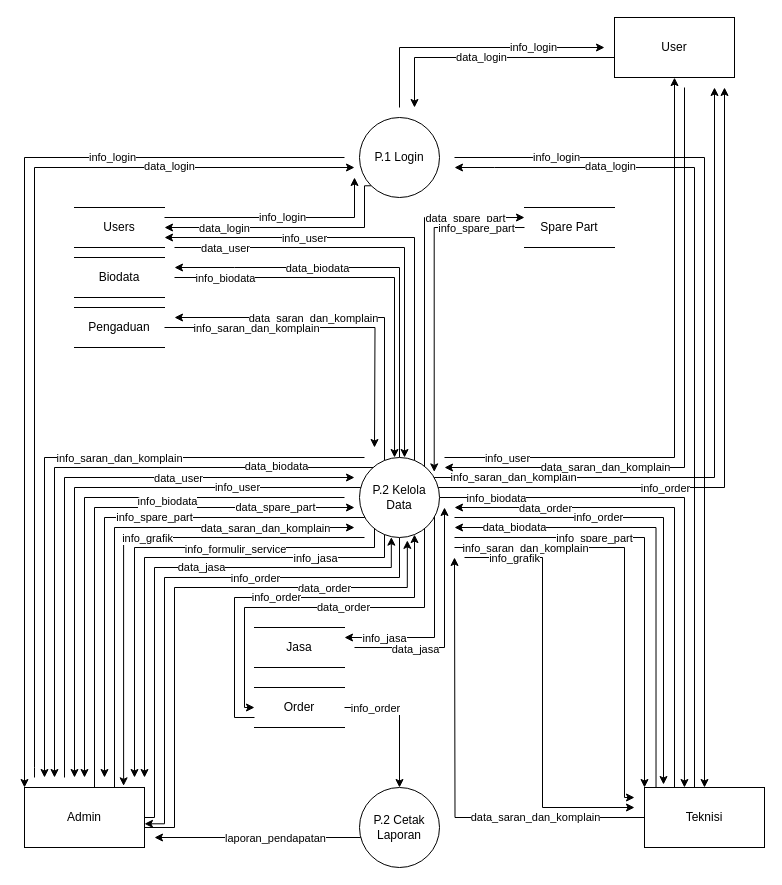
This is Data Flow Diagram Level 0.drawio from Naveigell/ta2, a draw.io file, before an edit. Source tidied: cells renumbered, new cells numbered last; positions are measured from the earlier drawing's top-left corner, leaving out a move shared by most shapes. Both pictures are drawn from the tidied source at 100%, with x=0, y=0 at pixel (24, 17).
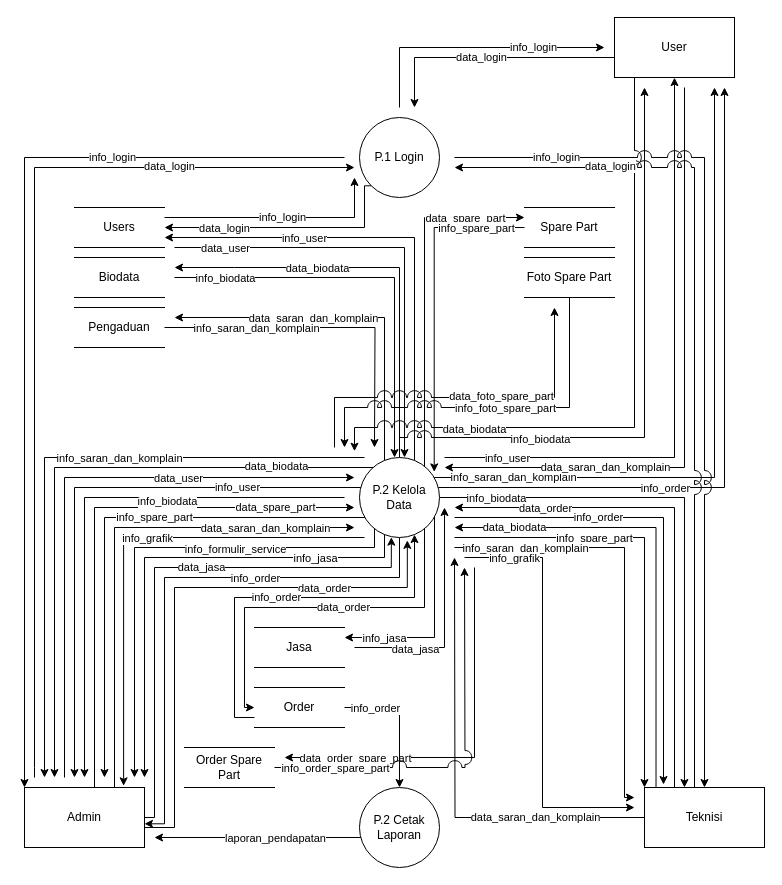
After the change.

Unchanged cells that the change refers to:
```xml
<mxCell id="72" value="P.2 Kelola Data" style="ellipse;whiteSpace=wrap;html=1;" parent="1" vertex="1">
  <mxGeometry x="335" y="440" width="80" height="80" as="geometry" />
</mxCell>
<mxCell id="82" value="Teknisi" style="rounded=0;whiteSpace=wrap;html=1;" parent="1" vertex="1">
  <mxGeometry x="620" y="770" width="120" height="60" as="geometry" />
</mxCell>
<mxCell id="87" value="User" style="rounded=0;whiteSpace=wrap;html=1;" parent="1" vertex="1">
  <mxGeometry x="590" width="120" height="60" as="geometry" />
</mxCell>
```

Change to the diagram source:
```diff
@@
+    <mxCell id="110" style="edgeStyle=orthogonalEdgeStyle;rounded=0;jumpStyle=arc;jumpSize=14;jettySize=auto;html=1;" parent="1" edge="1" source="72">
+      <mxGeometry relative="1" as="geometry">
+        <mxPoint x="620" y="70" as="targetPoint" />
+        <Array as="points">
+          <mxPoint x="375" y="420" />
+          <mxPoint x="620" y="420" />
+          <mxPoint x="620" y="70" />
+        </Array>
+      </mxGeometry>
+    </mxCell>
+    <mxCell id="111" value="info_biodata" style="edgeLabel;html=1;align=center;verticalAlign=middle;" parent="110" vertex="1">
+      <mxGeometry x="-0.48" y="-1" relative="1" as="geometry" />
+    </mxCell>
+    <mxCell id="112" style="edgeStyle=orthogonalEdgeStyle;rounded=0;jumpStyle=arc;jumpSize=14;orthogonalLoop=1;jettySize=auto;html=1;" parent="1" edge="1">
+      <mxGeometry relative="1" as="geometry">
+        <mxPoint x="310" y="430" as="sourcePoint" />
+        <mxPoint x="530" y="290" as="targetPoint" />
+        <Array as="points">
+          <mxPoint x="310" y="380" />
+          <mxPoint x="530" y="380" />
+        </Array>
+      </mxGeometry>
+    </mxCell>
+    <mxCell id="113" value="data_foto_spare_part" style="edgeLabel;html=1;align=center;verticalAlign=middle;" parent="112" vertex="1">
+      <mxGeometry x="0.2" y="2" relative="1" as="geometry" />
+    </mxCell>
+    <mxCell id="114" style="edgeStyle=orthogonalEdgeStyle;rounded=0;jumpStyle=arc;jumpSize=14;orthogonalLoop=1;jettySize=auto;html=1;" parent="1" edge="1">
+      <mxGeometry relative="1" as="geometry">
+        <mxPoint x="450" y="550" as="sourcePoint" />
+        <mxPoint x="260" y="740" as="targetPoint" />
+        <Array as="points">
+          <mxPoint x="450" y="740" />
+        </Array>
+      </mxGeometry>
+    </mxCell>
+    <mxCell id="115" value="data_order_spare_part" style="edgeLabel;html=1;align=center;verticalAlign=middle;" parent="114" vertex="1">
+      <mxGeometry x="0.85" relative="1" as="geometry">
+        <mxPoint x="42" as="offset" />
+      </mxGeometry>
+    </mxCell>
@@
-    <mxCell id="76" style="edgeStyle=orthogonalEdgeStyle;rounded=0;jettySize=auto;html=1;" parent="1" edge="1" target="82">
+    <mxCell id="76" style="edgeStyle=orthogonalEdgeStyle;rounded=0;jettySize=auto;html=1;jumpStyle=arc;jumpSize=14;" parent="1" edge="1" target="82">
       <mxGeometry relative="1" as="geometry">
         <mxPoint x="430" y="140" as="sourcePoint" />
         <Array as="points">
           <mxPoint x="680" y="140" />
         </Array>
       </mxGeometry>
     </mxCell>
@@
+    <mxCell id="116" style="edgeStyle=orthogonalEdgeStyle;rounded=0;jumpStyle=arc;jumpSize=14;jettySize=auto;html=1;" parent="1" edge="1" source="87">
+      <mxGeometry relative="1" as="geometry">
+        <mxPoint x="330" y="433.7" as="targetPoint" />
+        <Array as="points">
+          <mxPoint x="610" y="410" />
+          <mxPoint x="330" y="410" />
+        </Array>
+      </mxGeometry>
+    </mxCell>
+    <mxCell id="117" value="data_biodata" style="edgeLabel;html=1;align=center;verticalAlign=middle;" parent="116" vertex="1">
+      <mxGeometry x="0.64" y="1" relative="1" as="geometry">
+        <mxPoint x="25" as="offset" />
+      </mxGeometry>
+    </mxCell>
@@
-    <mxCell id="95" style="edgeStyle=orthogonalEdgeStyle;rounded=0;orthogonalLoop=1;jettySize=auto;html=1;" parent="1" edge="1">
+    <mxCell id="95" style="edgeStyle=orthogonalEdgeStyle;rounded=0;orthogonalLoop=1;jettySize=auto;html=1;jumpStyle=arc;jumpSize=14;" parent="1" edge="1">
       <mxGeometry relative="1" as="geometry">
         <mxPoint x="670" y="770" as="sourcePoint" />
         <mxPoint x="430" y="150" as="targetPoint" />
         <Array as="points">
           <mxPoint x="670" y="150" />
           <mxPoint x="470" y="150" />
         </Array>
       </mxGeometry>
     </mxCell>
@@
+    <mxCell id="118" style="edgeStyle=orthogonalEdgeStyle;rounded=0;jumpStyle=arc;jumpSize=14;jettySize=auto;html=1;" parent="1" edge="1" source="120">
+      <mxGeometry relative="1" as="geometry">
+        <mxPoint x="320" y="430" as="targetPoint" />
+        <Array as="points">
+          <mxPoint x="545" y="390" />
+          <mxPoint x="320" y="390" />
+        </Array>
+      </mxGeometry>
+    </mxCell>
+    <mxCell id="119" value="info_foto_spare_part" style="edgeLabel;html=1;align=center;verticalAlign=middle;" parent="118" vertex="1">
+      <mxGeometry relative="1" as="geometry">
+        <mxPoint x="13" as="offset" />
+      </mxGeometry>
+    </mxCell>
+    <mxCell id="120" value="Foto Spare Part" style="shape=partialRectangle;whiteSpace=wrap;html=1;left=0;right=0;fillColor=none;" parent="1" vertex="1">
+      <mxGeometry x="500" y="240" width="90" height="40" as="geometry" />
+    </mxCell>
+    <mxCell id="121" style="edgeStyle=orthogonalEdgeStyle;rounded=0;jumpStyle=arc;jumpSize=14;jettySize=auto;html=1;" parent="1" edge="1" source="123">
+      <mxGeometry relative="1" as="geometry">
+        <mxPoint x="440" y="550" as="targetPoint" />
+      </mxGeometry>
+    </mxCell>
+    <mxCell id="122" value="info_order_spare_part" style="edgeLabel;html=1;align=center;verticalAlign=middle;" parent="121" vertex="1">
+      <mxGeometry x="-0.91" relative="1" as="geometry">
+        <mxPoint x="42" as="offset" />
+      </mxGeometry>
+    </mxCell>
+    <mxCell id="123" value="Order Spare Part" style="shape=partialRectangle;whiteSpace=wrap;html=1;left=0;right=0;fillColor=none;" parent="1" vertex="1">
+      <mxGeometry x="160" y="730" width="90" height="40" as="geometry" />
+    </mxCell>
```
